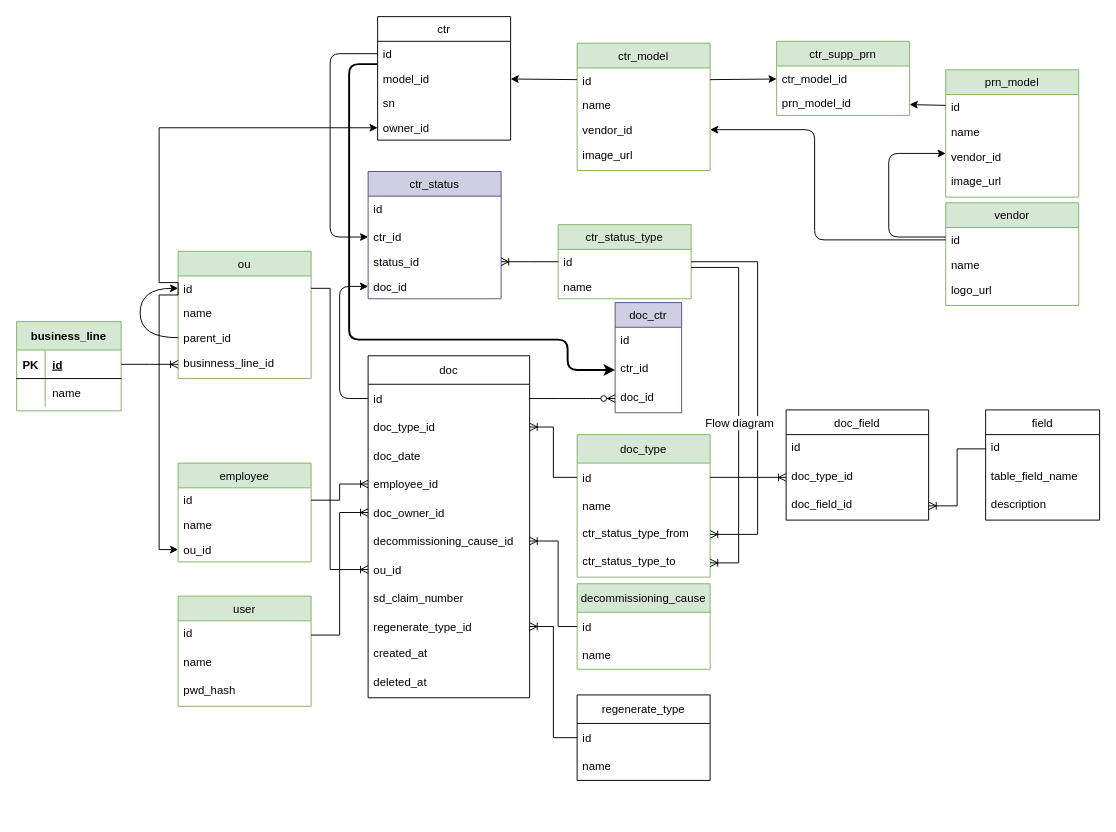
Above: page "Ent relationship" (1 of 2) of docs/cartridge_accounting.drawio in IgorTkachuk/caartridge_accounting (draw.io), before the change. Source tidied: cells renumbered, new cells numbered last; positions are measured from the earlier drawing's top-left corner, leaving out a move shared by most shapes. Both pictures are drawn from the tidied source at 95%, with x=0, y=0 at pixel (16, 16).
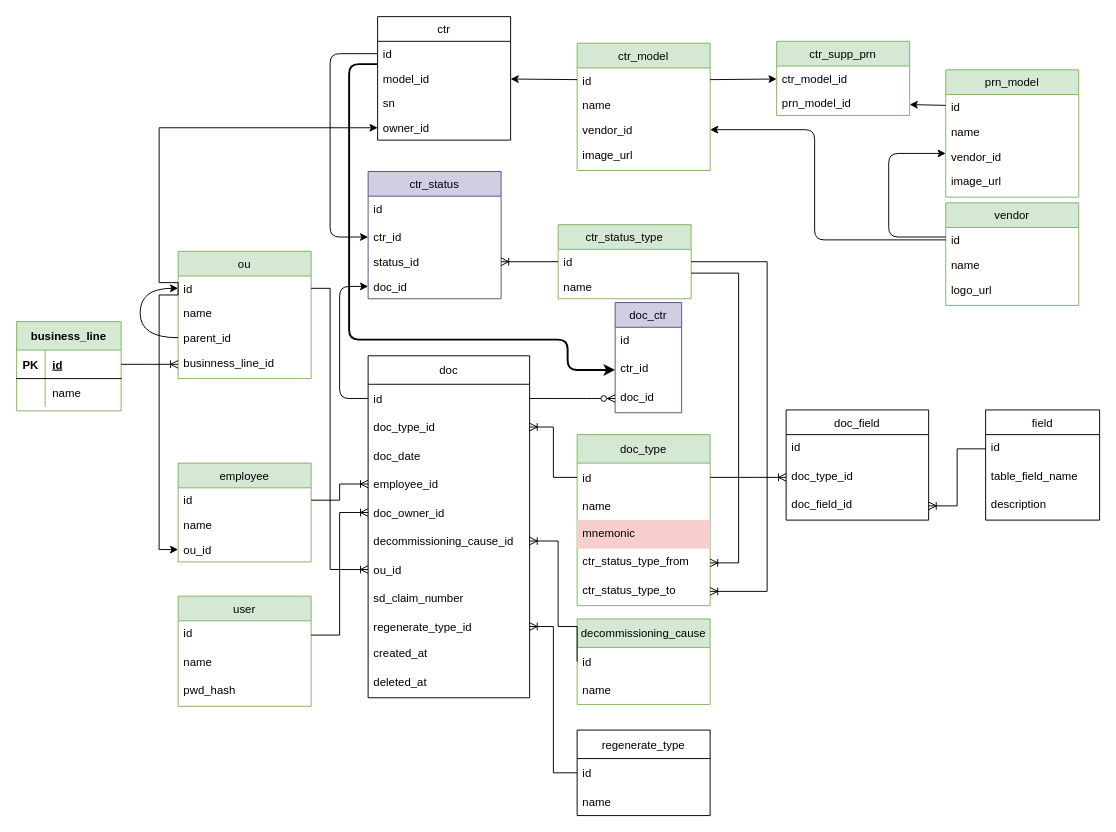
The same diagram, later.

The change refers to these unchanged cells:
```xml
<mxCell id="33" value="id" style="text;strokeColor=none;fillColor=none;align=left;verticalAlign=top;spacingLeft=4;spacingRight=4;overflow=hidden;points=[[0,0.5],[1,0.5]];portConstraint=eastwest;" parent="32" vertex="1">
  <mxGeometry y="26" width="140" height="26" as="geometry" />
</mxCell>
```

Change to the diagram source:
```diff
@@
     <mxCell id="63" value="doc_type" style="swimlane;fontStyle=0;horizontal=1;startSize=30;fillColor=#d5e8d4;strokeColor=#82b366;" parent="1" vertex="1">
-      <mxGeometry x="590" y="440" width="140" height="150" as="geometry" />
+      <mxGeometry x="590" y="440" width="140" height="180" as="geometry" />
     </mxCell>
@@
+    <mxCell id="113" value="mnemonic" style="text;strokeColor=none;fillColor=#f8cecc;spacingLeft=4;spacingRight=4;overflow=hidden;fontSize=12;strokeWidth=0;" parent="63" vertex="1">
+      <mxGeometry y="90" width="140" height="30" as="geometry" />
+    </mxCell>
     <mxCell id="66" value="ctr_status_type_from" style="text;strokeColor=none;fillColor=none;spacingLeft=4;spacingRight=4;overflow=hidden;points=[[0,0.5],[1,0.5]];portConstraint=eastwest;fontSize=12;" parent="63" vertex="1">
-      <mxGeometry y="90" width="140" height="30" as="geometry" />
+      <mxGeometry y="120" width="140" height="30" as="geometry" />
     </mxCell>
     <mxCell id="67" value="ctr_status_type_to" style="text;strokeColor=none;fillColor=none;spacingLeft=4;spacingRight=4;overflow=hidden;points=[[0,0.5],[1,0.5]];portConstraint=eastwest;fontSize=12;fontColor=#000000;" parent="63" vertex="1">
-      <mxGeometry y="120" width="140" height="30" as="geometry" />
+      <mxGeometry y="150" width="140" height="30" as="geometry" />
     </mxCell>
@@
     <mxCell id="69" value="decommissioning_cause" style="swimlane;fontStyle=0;horizontal=1;startSize=30;fillColor=#d5e8d4;strokeColor=#82b366;" parent="1" vertex="1">
-      <mxGeometry x="590" y="597" width="140" height="90" as="geometry" />
+      <mxGeometry x="590" y="634" width="140" height="90" as="geometry" />
     </mxCell>
@@
     <mxCell id="72" value="regenerate_type" style="swimlane;fontStyle=0;horizontal=1;startSize=30;" parent="1" vertex="1">
-      <mxGeometry x="590" y="714" width="140" height="90" as="geometry" />
+      <mxGeometry x="590" y="751" width="140" height="90" as="geometry" />
     </mxCell>
@@
-    <mxCell id="95" style="edgeStyle=elbowEdgeStyle;fontSize=12;html=1;endArrow=ERoneToMany;rounded=0;" parent="1" edge="1" source="33" target="66">
+    <mxCell id="95" style="edgeStyle=elbowEdgeStyle;fontSize=12;html=1;endArrow=ERoneToMany;rounded=0;entryX=1;entryY=0.5;entryDx=0;entryDy=0;" parent="1" edge="1" source="33" target="67">
       <mxGeometry relative="1" as="geometry">
         <Array as="points">
+          <mxPoint x="790" y="620" />
+          <mxPoint x="770" y="590" />
           <mxPoint x="780" y="370" />
           <mxPoint x="820" y="390" />
           <mxPoint x="780" y="440" />
           <mxPoint x="790" y="460" />
           <mxPoint x="780" y="400" />
         </Array>
       </mxGeometry>
     </mxCell>
-    <mxCell id="96" style="edgeStyle=orthogonalEdgeStyle;fontSize=12;html=1;endArrow=ERoneToMany;rounded=0;shadow=0;fontColor=#000000;" parent="1" edge="1" source="33" target="67">
-      <mxGeometry relative="1" as="geometry">
-        <Array as="points">
-          <mxPoint x="760" y="264" />
-          <mxPoint x="760" y="575" />
-        </Array>
-      </mxGeometry>
-    </mxCell>
-    <mxCell id="97" value="Flow diagram" style="edgeLabel;html=1;align=center;verticalAlign=middle;fontSize=12;fontColor=#000000;" parent="96" vertex="1">
-      <mxGeometry x="0.09" relative="1" as="geometry" />
-    </mxCell>
@@
+    <mxCell id="114" style="edgeStyle=orthogonalEdgeStyle;fontSize=12;html=1;endArrow=ERoneToMany;rounded=0;" parent="1" edge="1" source="33" target="66">
+      <mxGeometry relative="1" as="geometry">
+        <Array as="points">
+          <mxPoint x="760" y="270" />
+          <mxPoint x="760" y="575" />
+        </Array>
+      </mxGeometry>
+    </mxCell>
```
